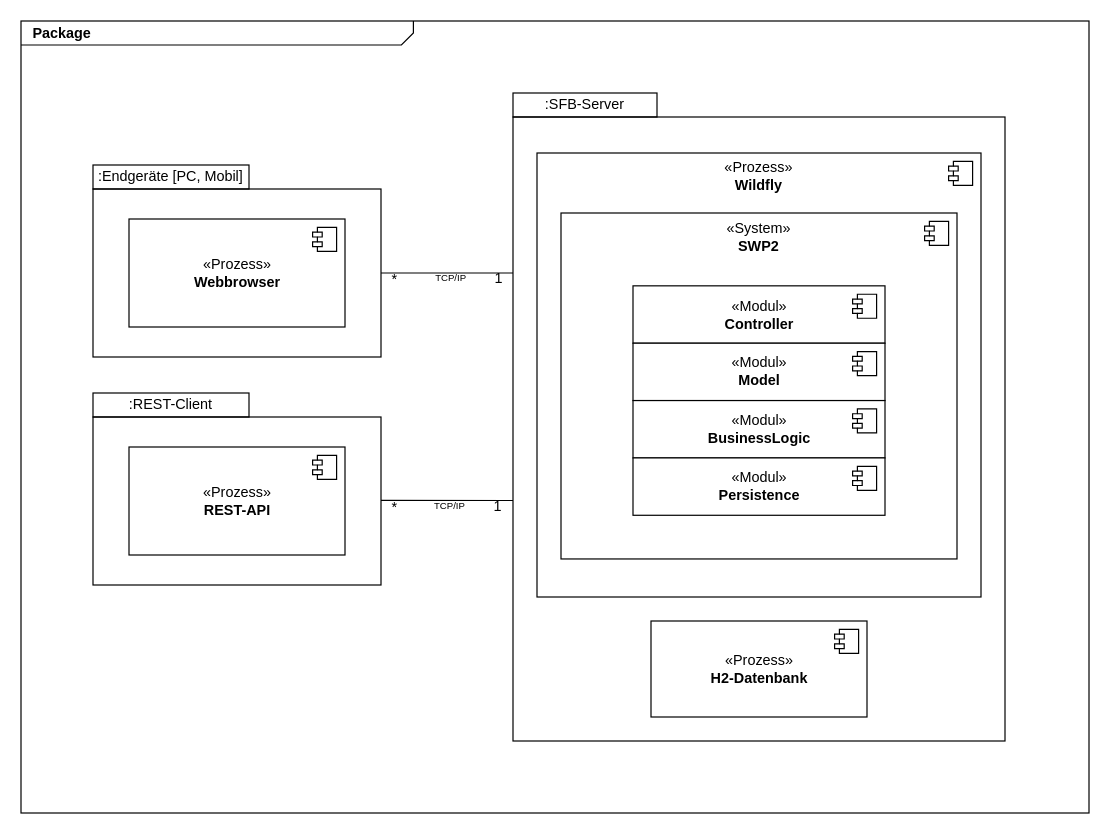
The draw.io diagram doc/UML/06Ausfuehrungssicht.drawio in fkehlenb/softwareprojekt-2, before the edit. Source tidied: cells renumbered, new cells numbered last; positions are measured from the earlier drawing's top-left corner, leaving out a move shared by most shapes. Both pictures are drawn from the tidied source at 120%, with x=0, y=0 at pixel (20, 20).
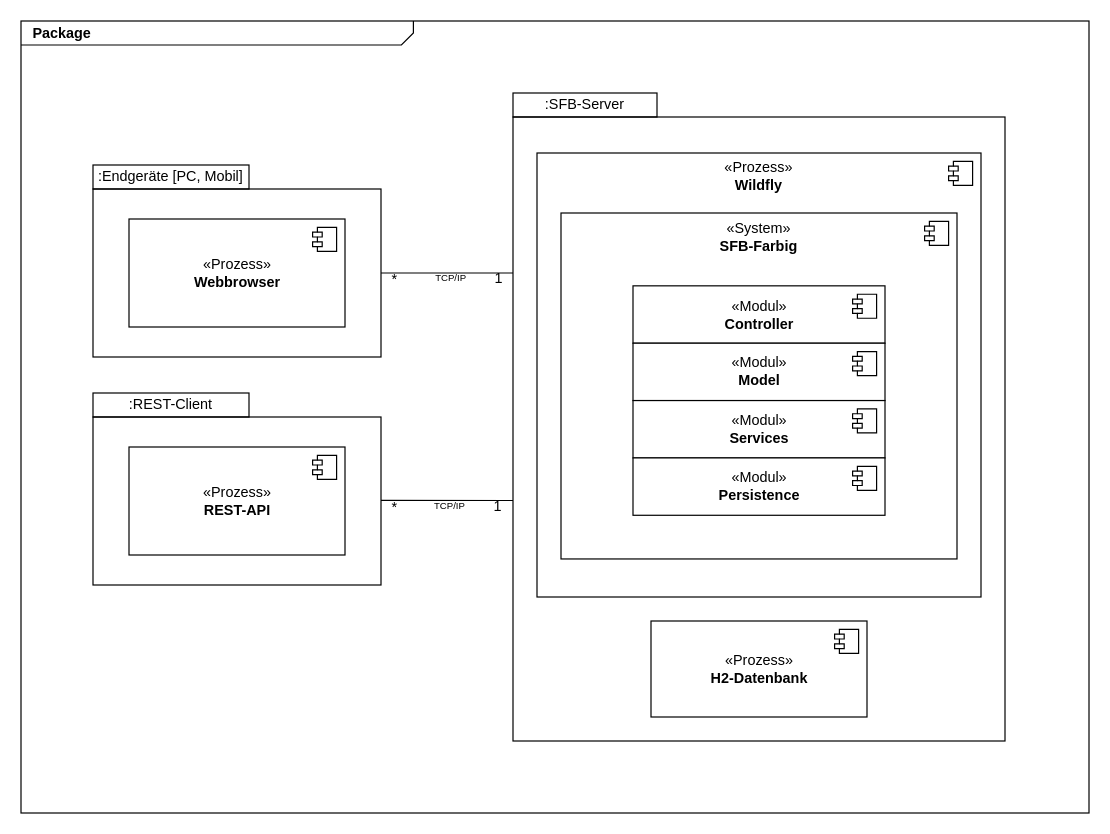
The same page after the edit.

Commit message (it also covers changes not shown here):
Korrektur Diagramme+Text

The change refers to these unchanged cells:
```xml
<mxCell id="12" style="html=1;labelBackgroundColor=none;fillColor=none;fontSize=8;" parent="9" vertex="1">
  <mxGeometry x="20" y="50" width="330" height="288.3" as="geometry" />
</mxCell>
```

Diff of the diagram source:
```diff
@@
-    <mxCell id="14" value="&lt;span style=&quot;white-space: nowrap&quot;&gt;«System»&lt;/span&gt;&lt;br style=&quot;white-space: nowrap&quot;&gt;&lt;b style=&quot;white-space: nowrap&quot;&gt;SWP2&lt;/b&gt;" style="text;html=1;strokeColor=none;fillColor=none;align=center;verticalAlign=middle;whiteSpace=wrap;rounded=0;" parent="12" vertex="1">
+    <mxCell id="14" value="&lt;span style=&quot;white-space: nowrap&quot;&gt;«System»&lt;/span&gt;&lt;br style=&quot;white-space: nowrap&quot;&gt;&lt;span style=&quot;white-space: nowrap&quot;&gt;&lt;b&gt;SFB-Farbig&lt;/b&gt;&lt;/span&gt;" style="text;html=1;strokeColor=none;fillColor=none;align=center;verticalAlign=middle;whiteSpace=wrap;rounded=0;" parent="12" vertex="1">
       <mxGeometry y="7.8" width="330" height="23.4" as="geometry" />
     </mxCell>
@@
-    <mxCell id="19" value="«Modul»&lt;br&gt;&lt;b&gt;BusinessLogic&lt;/b&gt;" style="html=1;" parent="12" vertex="1">
+    <mxCell id="19" value="«Modul»&lt;br&gt;&lt;b&gt;Services&lt;/b&gt;" style="html=1;" parent="12" vertex="1">
       <mxGeometry x="60" y="156.3" width="210" height="47.8" as="geometry" />
     </mxCell>
```
